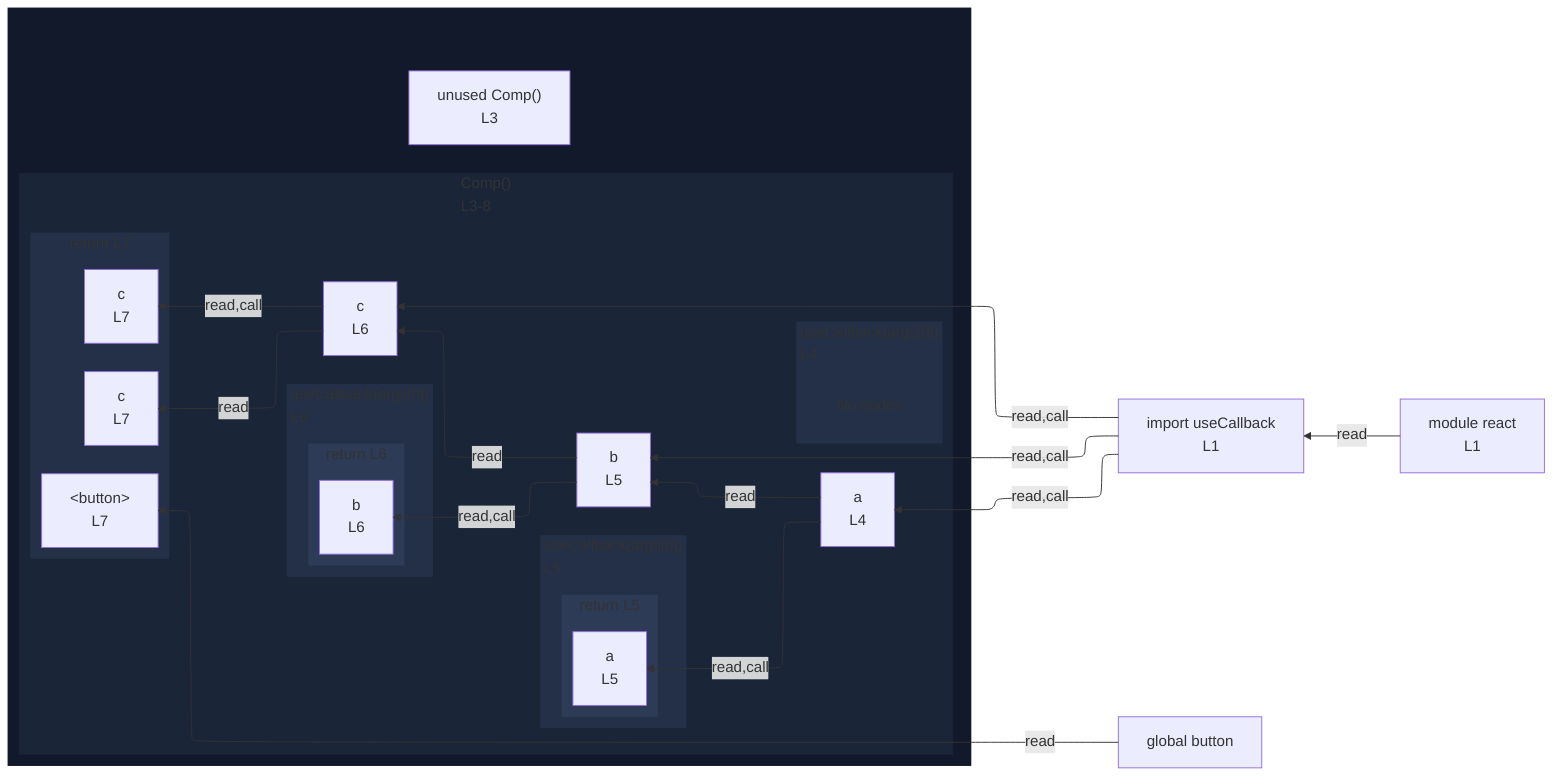
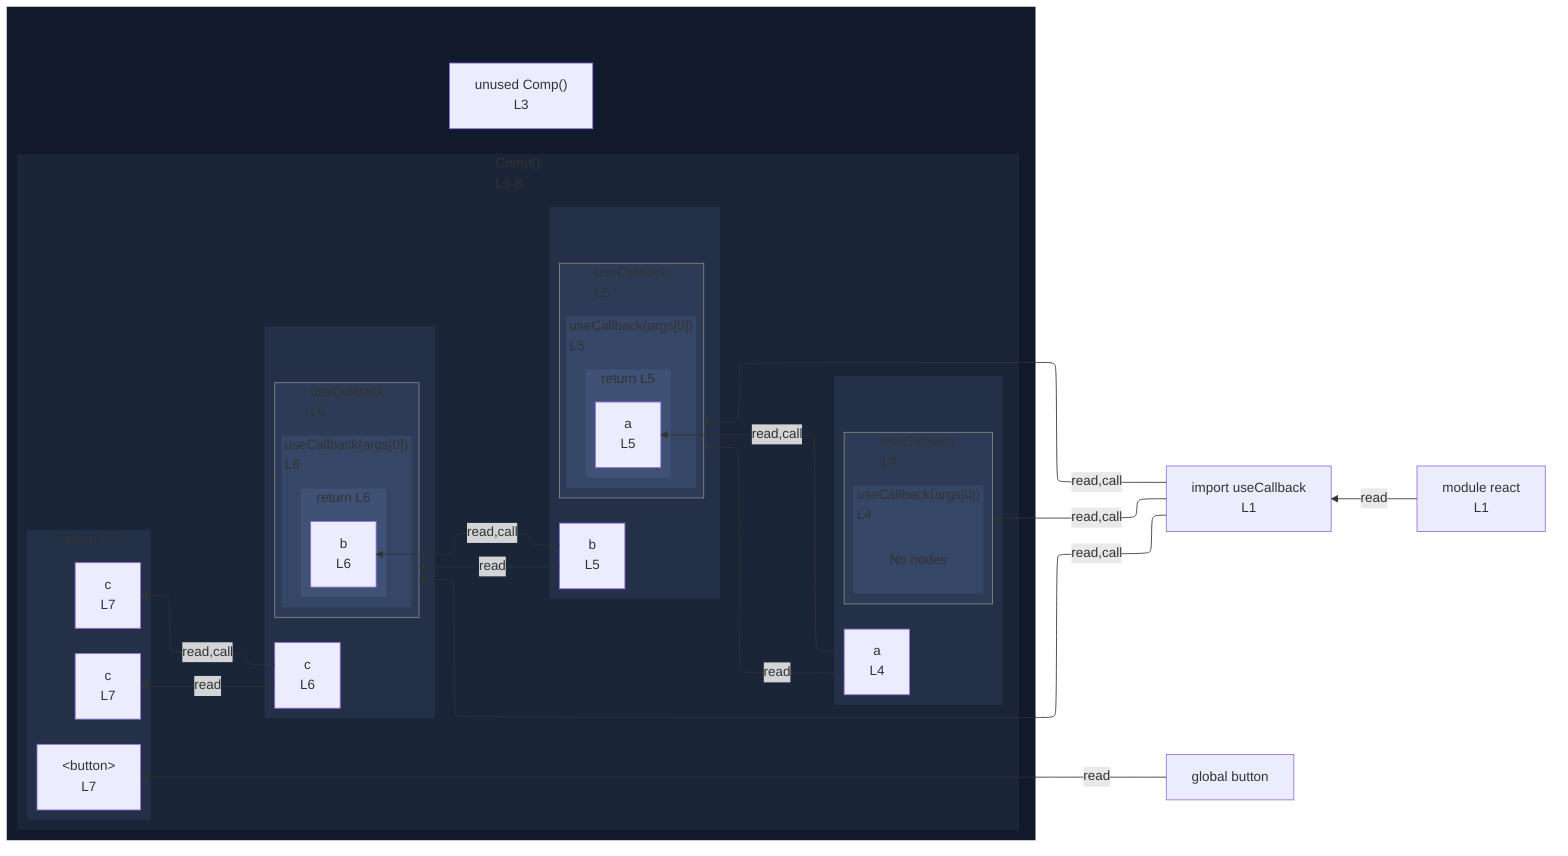
%%{init: {"flowchart": {"defaultRenderer": "elk"}}}%%
flowchart RL
  n_scope_0_useCallback_9["import useCallback<br/>L1"]
  n_scope_0_button_197["global button"]
  subgraph wrap_s_scope_1[" "]
    direction TB
    n_scope_0_Comp_44["unused Comp()<br/>L3"]
    subgraph s_scope_1["Comp()<br/>L3-8"]
      direction RL
-       n_scope_1_a_67["a<br/>L4"]
-       n_scope_1_b_105["b<br/>L5"]
-       n_scope_1_c_150["c<br/>L6"]
-       subgraph s_scope_2["useCallback(args[0])<br/>L4"]
-         direction RL
-         elk_empty_s_scope_2["No nodes"]
-       end
-       subgraph s_scope_3["useCallback(args[0])<br/>L5"]
-         direction RL
-         subgraph s_return_scope_0_Comp_44_127_134["return L5"]
+       subgraph wrap_call_proxy_ref_2[" "]
+         direction TB
+         n_scope_1_a_67["a<br/>L4"]
+         subgraph call_proxy_ref_2["useCallback<br/>L4"]
          direction RL
-           ret_use_ref_5["a<br/>L5"]
+           subgraph s_scope_2["useCallback(args[0])<br/>L4"]
+             direction RL
+             elk_empty_s_scope_2["No nodes"]
+           end
        end
      end
-       subgraph s_scope_4["useCallback(args[0])<br/>L6"]
-         direction RL
-         subgraph s_return_scope_0_Comp_44_172_179["return L6"]
+       subgraph wrap_call_proxy_ref_4[" "]
+         direction TB
+         n_scope_1_b_105["b<br/>L5"]
+         subgraph call_proxy_ref_4["useCallback<br/>L5"]
          direction RL
-           ret_use_ref_9["b<br/>L6"]
+           subgraph s_scope_3["useCallback(args[0])<br/>L5"]
+             direction RL
+             subgraph s_return_scope_0_Comp_44_127_134["return L5"]
+               direction RL
+               ret_use_ref_5["a<br/>L5"]
+             end
+           end
+         end
+       end
+       subgraph wrap_call_proxy_ref_8[" "]
+         direction TB
+         n_scope_1_c_150["c<br/>L6"]
+         subgraph call_proxy_ref_8["useCallback<br/>L6"]
+           direction RL
+           subgraph s_scope_4["useCallback(args[0])<br/>L6"]
+             direction RL
+             subgraph s_return_scope_0_Comp_44_172_179["return L6"]
+               direction RL
+               ret_use_ref_9["b<br/>L6"]
+             end
+           end
        end
      end
      subgraph s_return_scope_0_Comp_44_189_231["return L7"]
        direction RL
        ret_use_ref_11["&lt;button&gt;<br/>L7"]
        ret_use_ref_12["c<br/>L7"]
        ret_use_ref_13["c<br/>L7"]
      end
    end
  end
-   n_scope_0_useCallback_9 -->|read,call| n_scope_1_a_67
-   n_scope_0_useCallback_9 -->|read,call| n_scope_1_b_105
+   n_scope_0_useCallback_9 -->|read,call| call_proxy_ref_2
+   n_scope_0_useCallback_9 -->|read,call| call_proxy_ref_4
  n_scope_1_a_67 -->|read,call| ret_use_ref_5
-   n_scope_1_a_67 -->|read| n_scope_1_b_105
-   n_scope_0_useCallback_9 -->|read,call| n_scope_1_c_150
+   n_scope_1_a_67 -->|read| call_proxy_ref_4
+   n_scope_0_useCallback_9 -->|read,call| call_proxy_ref_8
  n_scope_1_b_105 -->|read,call| ret_use_ref_9
-   n_scope_1_b_105 -->|read| n_scope_1_c_150
+   n_scope_1_b_105 -->|read| call_proxy_ref_8
  n_scope_0_button_197 -->|read| ret_use_ref_11
  n_scope_1_c_150 -->|read| ret_use_ref_12
  n_scope_1_c_150 -->|read,call| ret_use_ref_13
  mod_react["module react<br/>L1"]
  mod_react -->|read| n_scope_0_useCallback_9
  classDef nestL1 fill:#11192a,stroke:transparent;
  class wrap_s_scope_1 nestL1;
  classDef nestL2 fill:#1a2538,stroke:transparent;
  class s_scope_1 nestL2;
  classDef nestL3 fill:#243047,stroke:transparent;
-   class s_scope_2 nestL3;
-   class s_scope_3 nestL3;
-   class s_scope_4 nestL3;
+   class wrap_call_proxy_ref_2 nestL3;
+   class wrap_call_proxy_ref_4 nestL3;
+   class wrap_call_proxy_ref_8 nestL3;
  class s_return_scope_0_Comp_44_189_231 nestL3;
  classDef nestL4 fill:#2d3b57,stroke:transparent;
-   class s_return_scope_0_Comp_44_127_134 nestL4;
-   class s_return_scope_0_Comp_44_172_179 nestL4;
+   class call_proxy_ref_2 nestL4;
+   class call_proxy_ref_4 nestL4;
+   class call_proxy_ref_8 nestL4;
+   classDef nestL5 fill:#364666,stroke:transparent;
+   class s_scope_2 nestL5;
+   class s_scope_3 nestL5;
+   class s_scope_4 nestL5;
+   classDef nestL6 fill:#3f5175,stroke:transparent;
+   class s_return_scope_0_Comp_44_127_134 nestL6;
+   class s_return_scope_0_Comp_44_172_179 nestL6;
+   classDef edgeTargetSubgraph stroke:#888;
+   class call_proxy_ref_2 edgeTargetSubgraph;
+   class call_proxy_ref_4 edgeTargetSubgraph;
+   class call_proxy_ref_8 edgeTargetSubgraph;
  classDef elkEmptyPlaceholder fill:transparent,stroke:transparent;
  class elk_empty_s_scope_2 elkEmptyPlaceholder;
